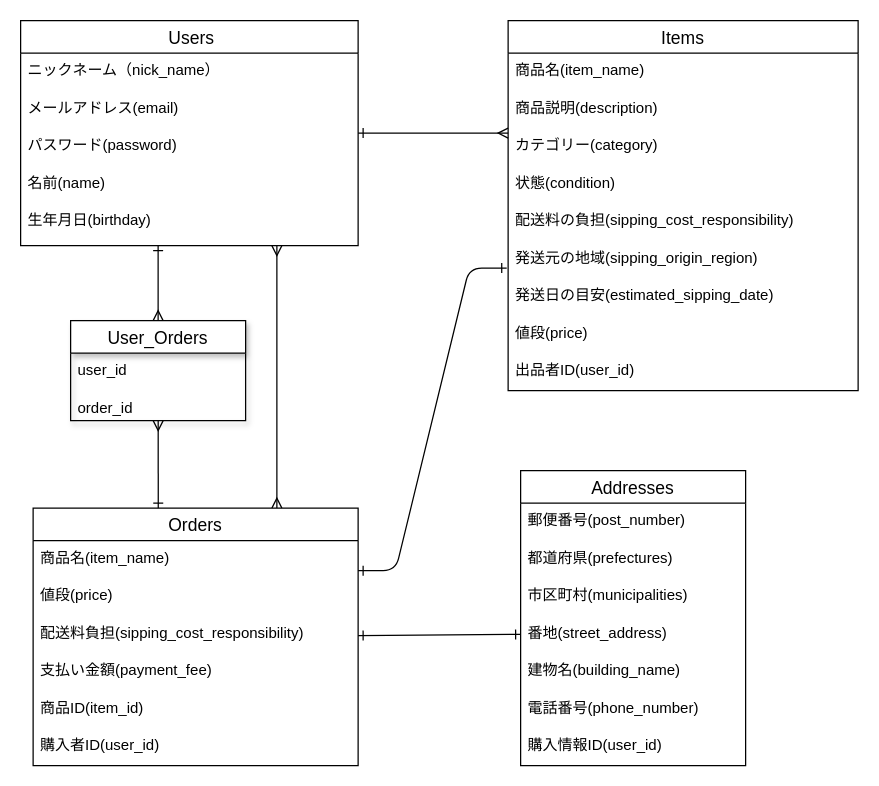
The draw.io diagram furima.dio in ktna1727/furima-40943, before the edit. Source tidied: cells renumbered, new cells numbered last; positions are measured from the earlier drawing's top-left corner, leaving out a move shared by most shapes. Both pictures are drawn from the tidied source at 125%, with x=0, y=0 at pixel (20, 20).
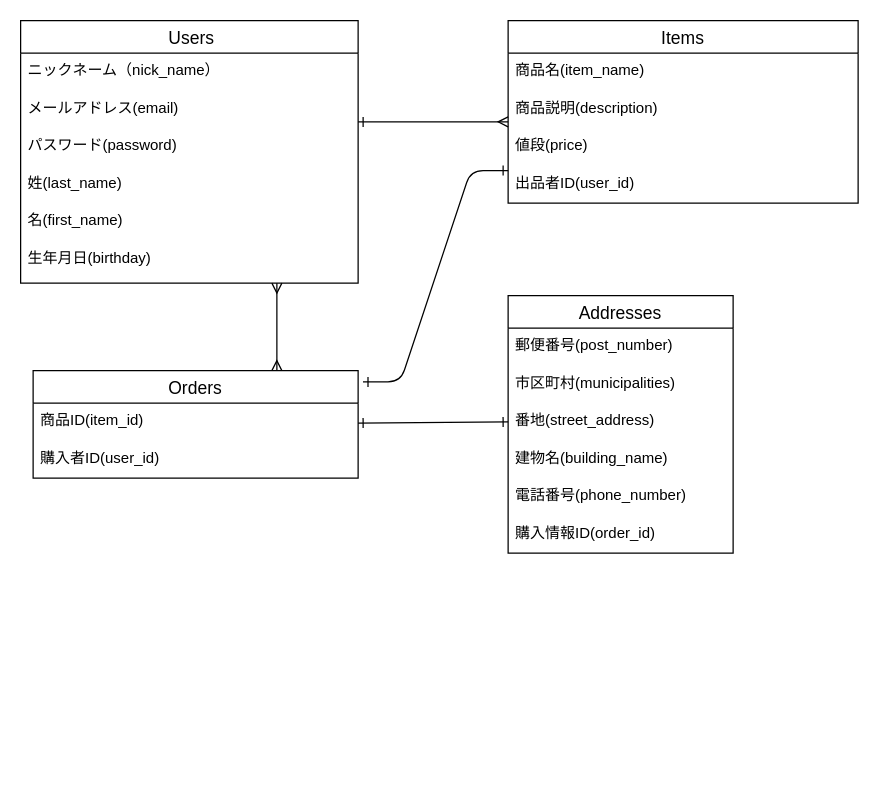
After the change.

The change refers to these unchanged cells:
```xml
<mxCell id="11" value="商品説明(description)" style="text;strokeColor=none;fillColor=none;spacingLeft=4;spacingRight=4;overflow=hidden;points=[[0,0.5],[1,0.5]];portConstraint=eastwest;fontSize=12;" parent="9" vertex="1">
  <mxGeometry y="56" width="280" height="30" as="geometry" />
</mxCell>
```

Diff of the diagram source:
```diff
@@
-    <mxCell id="2" style="edgeStyle=none;html=1;entryX=0;entryY=0.133;entryDx=0;entryDy=0;entryPerimeter=0;endArrow=ERmany;endFill=0;startArrow=ERone;startFill=0;" parent="1" edge="1" source="3" target="12">
-      <mxGeometry relative="1" as="geometry" />
+    <mxCell id="2" style="edgeStyle=none;html=1;entryX=0;entryY=0.833;entryDx=0;entryDy=0;entryPerimeter=0;endArrow=ERmany;endFill=0;startArrow=ERone;startFill=0;" parent="1" edge="1" target="11">
+      <mxGeometry relative="1" as="geometry">
+        <mxPoint x="270" y="81" as="sourcePoint" />
+      </mxGeometry>
     </mxCell>
     <mxCell id="3" value=" Users" style="swimlane;fontStyle=0;horizontal=1;startSize=26;align=center;fontSize=14;" parent="1" vertex="1">
-      <mxGeometry width="270" height="180" as="geometry" />
+      <mxGeometry width="270" height="210" as="geometry" />
     </mxCell>
@@
+    <mxCell id="42" value="姓(last_name)" style="text;strokeColor=none;fillColor=none;spacingLeft=4;spacingRight=4;overflow=hidden;fontSize=12;" parent="3" vertex="1">
+      <mxGeometry y="116" width="270" height="30" as="geometry" />
+    </mxCell>
-    <mxCell id="7" value="名前(name)" style="text;strokeColor=none;fillColor=none;spacingLeft=4;spacingRight=4;overflow=hidden;fontSize=12;" parent="3" vertex="1">
-      <mxGeometry y="116" width="270" height="30" as="geometry" />
+    <mxCell id="7" value="名(first_name)" style="text;strokeColor=none;fillColor=none;spacingLeft=4;spacingRight=4;overflow=hidden;fontSize=12;" parent="3" vertex="1">
+      <mxGeometry y="146" width="270" height="30" as="geometry" />
     </mxCell>
     <mxCell id="8" value="生年月日(birthday)" style="text;strokeColor=none;fillColor=none;spacingLeft=4;spacingRight=4;overflow=hidden;fontSize=12;" parent="3" vertex="1">
-      <mxGeometry y="146" width="270" height="34" as="geometry" />
+      <mxGeometry y="176" width="270" height="34" as="geometry" />
     </mxCell>
     <mxCell id="9" value="Items" style="swimlane;fontStyle=0;horizontal=1;startSize=26;align=center;fontSize=14;" parent="1" vertex="1">
-      <mxGeometry x="390" width="280" height="296" as="geometry" />
+      <mxGeometry x="390" width="280" height="146" as="geometry" />
     </mxCell>
@@
-    <mxCell id="12" value="カテゴリー(category)" style="text;strokeColor=none;fillColor=none;spacingLeft=4;spacingRight=4;overflow=hidden;points=[[0,0.5],[1,0.5]];portConstraint=eastwest;fontSize=12;" parent="9" vertex="1">
-      <mxGeometry y="86" width="280" height="30" as="geometry" />
-    </mxCell>
-    <mxCell id="13" value="状態(condition)" style="text;strokeColor=none;fillColor=none;spacingLeft=4;spacingRight=4;overflow=hidden;fontSize=12;" parent="9" vertex="1">
-      <mxGeometry y="116" width="280" height="30" as="geometry" />
-    </mxCell>
-    <mxCell id="14" value="配送料の負担(sipping_cost_responsibility)" style="text;strokeColor=none;fillColor=none;spacingLeft=4;spacingRight=4;overflow=hidden;fontSize=12;" parent="9" vertex="1">
-      <mxGeometry y="146" width="280" height="30" as="geometry" />
-    </mxCell>
-    <mxCell id="15" value="発送元の地域(sipping_origin_region)" style="text;strokeColor=none;fillColor=none;spacingLeft=4;spacingRight=4;overflow=hidden;points=[[0,0.5],[1,0.5]];portConstraint=eastwest;fontSize=12;" parent="9" vertex="1">
-      <mxGeometry y="176" width="280" height="30" as="geometry" />
-    </mxCell>
-    <mxCell id="16" value="発送日の目安(estimated_sipping_date)" style="text;strokeColor=none;fillColor=none;spacingLeft=4;spacingRight=4;overflow=hidden;fontSize=12;" parent="9" vertex="1">
-      <mxGeometry y="206" width="280" height="30" as="geometry" />
-    </mxCell>
     <mxCell id="17" value="値段(price)" style="text;strokeColor=none;fillColor=none;spacingLeft=4;spacingRight=4;overflow=hidden;fontSize=12;" parent="9" vertex="1">
-      <mxGeometry y="236" width="280" height="30" as="geometry" />
+      <mxGeometry y="86" width="280" height="30" as="geometry" />
     </mxCell>
     <mxCell id="18" value="出品者ID(user_id) " style="text;strokeColor=none;fillColor=none;spacingLeft=4;spacingRight=4;overflow=hidden;points=[[0,0.5],[1,0.5]];portConstraint=eastwest;fontSize=12;shadow=1;" parent="9" vertex="1">
-      <mxGeometry y="266" width="280" height="30" as="geometry" />
+      <mxGeometry y="116" width="280" height="30" as="geometry" />
     </mxCell>
     <mxCell id="19" style="edgeStyle=none;html=1;exitX=0.75;exitY=0;exitDx=0;exitDy=0;startArrow=ERmany;startFill=0;endArrow=ERmany;endFill=0;" parent="1" edge="1" source="21">
       <mxGeometry relative="1" as="geometry">
-        <mxPoint x="205" y="180" as="targetPoint" />
+        <mxPoint x="205" y="210" as="targetPoint" />
       </mxGeometry>
     </mxCell>
@@
     <mxCell id="21" value="Orders" style="swimlane;fontStyle=0;horizontal=1;startSize=26;align=center;fontSize=14;" parent="1" vertex="1">
-      <mxGeometry x="10" y="390" width="260" height="206" as="geometry" />
+      <mxGeometry x="10" y="280" width="260" height="86" as="geometry" />
     </mxCell>
-    <mxCell id="22" value="商品名(item_name)" style="text;strokeColor=none;fillColor=none;spacingLeft=4;spacingRight=4;overflow=hidden;fontSize=12;" parent="21" vertex="1">
-      <mxGeometry y="26" width="260" height="30" as="geometry" />
-    </mxCell>
-    <mxCell id="23" value="値段(price)" style="text;strokeColor=none;fillColor=none;spacingLeft=4;spacingRight=4;overflow=hidden;fontSize=12;" parent="21" vertex="1">
-      <mxGeometry y="56" width="260" height="30" as="geometry" />
-    </mxCell>
-    <mxCell id="24" value="配送料負担(sipping_cost_responsibility)" style="text;strokeColor=none;fillColor=none;spacingLeft=4;spacingRight=4;overflow=hidden;fontSize=12;" parent="21" vertex="1">
-      <mxGeometry y="86" width="260" height="30" as="geometry" />
-    </mxCell>
-    <mxCell id="25" value="支払い金額(payment_fee)" style="text;strokeColor=none;fillColor=none;spacingLeft=4;spacingRight=4;overflow=hidden;fontSize=12;" parent="21" vertex="1">
-      <mxGeometry y="116" width="260" height="30" as="geometry" />
-    </mxCell>
     <mxCell id="26" value="商品ID(item_id)" style="text;strokeColor=none;fillColor=none;spacingLeft=4;spacingRight=4;overflow=hidden;fontSize=12;" parent="21" vertex="1">
-      <mxGeometry y="146" width="260" height="30" as="geometry" />
+      <mxGeometry y="26" width="260" height="30" as="geometry" />
     </mxCell>
     <mxCell id="27" value="購入者ID(user_id)" style="text;strokeColor=none;fillColor=none;spacingLeft=4;spacingRight=4;overflow=hidden;fontSize=12;" parent="21" vertex="1">
-      <mxGeometry y="176" width="260" height="30" as="geometry" />
+      <mxGeometry y="56" width="260" height="30" as="geometry" />
     </mxCell>
     <mxCell id="28" value="Addresses" style="swimlane;fontStyle=0;horizontal=1;startSize=26;align=center;fontSize=14;" parent="1" vertex="1">
-      <mxGeometry x="400" y="360" width="180" height="236" as="geometry" />
+      <mxGeometry x="390" y="220" width="180" height="206" as="geometry" />
     </mxCell>
@@
-    <mxCell id="30" value="都道府県(prefectures)" style="text;strokeColor=none;fillColor=none;spacingLeft=4;spacingRight=4;overflow=hidden;fontSize=12;" parent="28" vertex="1">
-      <mxGeometry y="56" width="180" height="30" as="geometry" />
-    </mxCell>
     <mxCell id="31" value="市区町村(municipalities)" style="text;strokeColor=none;fillColor=none;spacingLeft=4;spacingRight=4;overflow=hidden;fontSize=12;" parent="28" vertex="1">
-      <mxGeometry y="86" width="180" height="30" as="geometry" />
+      <mxGeometry y="56" width="180" height="30" as="geometry" />
     </mxCell>
     <mxCell id="32" value="番地(street_address)" style="text;strokeColor=none;fillColor=none;spacingLeft=4;spacingRight=4;overflow=hidden;points=[[0,0.5],[1,0.5]];portConstraint=eastwest;fontSize=12;" parent="28" vertex="1">
-      <mxGeometry y="116" width="180" height="30" as="geometry" />
+      <mxGeometry y="86" width="180" height="30" as="geometry" />
     </mxCell>
     <mxCell id="33" value="建物名(building_name)" style="text;strokeColor=none;fillColor=none;spacingLeft=4;spacingRight=4;overflow=hidden;fontSize=12;" parent="28" vertex="1">
-      <mxGeometry y="146" width="180" height="30" as="geometry" />
+      <mxGeometry y="116" width="180" height="30" as="geometry" />
     </mxCell>
     <mxCell id="34" value="電話番号(phone_number)" style="text;strokeColor=none;fillColor=none;spacingLeft=4;spacingRight=4;overflow=hidden;fontSize=12;" parent="28" vertex="1">
-      <mxGeometry y="176" width="180" height="30" as="geometry" />
+      <mxGeometry y="146" width="180" height="30" as="geometry" />
     </mxCell>
-    <mxCell id="35" value="購入情報ID(user_id)" style="text;strokeColor=none;fillColor=none;spacingLeft=4;spacingRight=4;overflow=hidden;fontSize=12;" parent="28" vertex="1">
-      <mxGeometry y="206" width="180" height="30" as="geometry" />
+    <mxCell id="35" value="購入情報ID(order_id)" style="text;strokeColor=none;fillColor=none;spacingLeft=4;spacingRight=4;overflow=hidden;fontSize=12;" parent="28" vertex="1">
+      <mxGeometry y="176" width="180" height="30" as="geometry" />
     </mxCell>
-    <mxCell id="36" style="edgeStyle=none;html=1;startArrow=ERmany;startFill=0;endArrow=ERone;endFill=0;" parent="1" edge="1" source="38">
-      <mxGeometry relative="1" as="geometry">
-        <mxPoint x="110" y="180" as="targetPoint" />
-      </mxGeometry>
-    </mxCell>
-    <mxCell id="37" style="edgeStyle=none;html=1;entryX=0.385;entryY=0;entryDx=0;entryDy=0;entryPerimeter=0;startArrow=ERmany;startFill=0;endArrow=ERone;endFill=0;" parent="1" edge="1" source="38" target="21">
-      <mxGeometry relative="1" as="geometry" />
-    </mxCell>
-    <mxCell id="38" value="User_Orders" style="swimlane;fontStyle=0;horizontal=1;startSize=26;align=center;fontSize=14;shadow=1;" parent="1" vertex="1">
-      <mxGeometry x="40" y="240" width="140" height="80" as="geometry" />
-    </mxCell>
-    <mxCell id="39" value="user_id" style="text;strokeColor=none;fillColor=none;spacingLeft=4;spacingRight=4;overflow=hidden;fontSize=12;shadow=1;" parent="38" vertex="1">
-      <mxGeometry y="26" width="140" height="30" as="geometry" />
-    </mxCell>
-    <mxCell id="40" value="order_id" style="text;strokeColor=none;fillColor=none;spacingLeft=4;spacingRight=4;overflow=hidden;fontSize=12;shadow=1;" parent="38" vertex="1">
-      <mxGeometry y="56" width="140" height="24" as="geometry" />
-    </mxCell>
-    <mxCell id="41" style="edgeStyle=entityRelationEdgeStyle;fontSize=12;html=1;endArrow=ERone;endFill=1;entryX=-0.004;entryY=0.733;entryDx=0;entryDy=0;entryPerimeter=0;startArrow=ERone;startFill=0;" parent="1" edge="1" target="15">
-      <mxGeometry relative="1" as="geometry">
-        <mxPoint x="270" y="440" as="sourcePoint" />
-      </mxGeometry>
+    <mxCell id="41" style="edgeStyle=entityRelationEdgeStyle;fontSize=12;html=1;endArrow=ERone;endFill=1;entryX=0;entryY=0.133;entryDx=0;entryDy=0;entryPerimeter=0;startArrow=ERone;startFill=0;exitX=1.015;exitY=0.105;exitDx=0;exitDy=0;exitPerimeter=0;" parent="1" edge="1" source="21" target="18">
+      <mxGeometry relative="1" as="geometry" />
     </mxCell>
```
